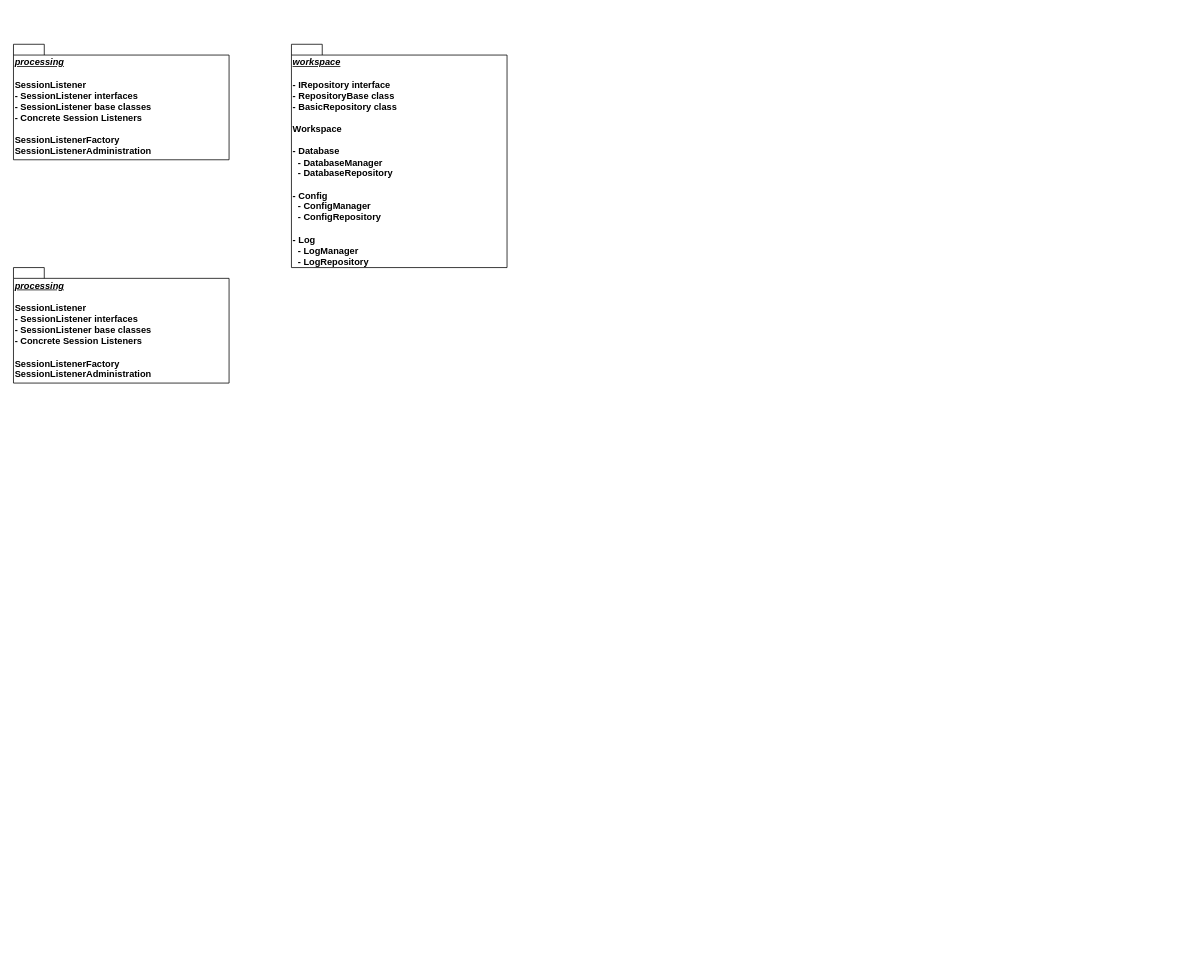
Above: doc/packages.drawio in VISAB-ORG/VISAB (draw.io), before the change. Source tidied: cells renumbered, new cells numbered last; positions are measured from the earlier drawing's top-left corner, leaving out a move shared by most shapes. Both pictures are drawn from the tidied source at 77%, with x=0, y=0 at pixel (13, 44).
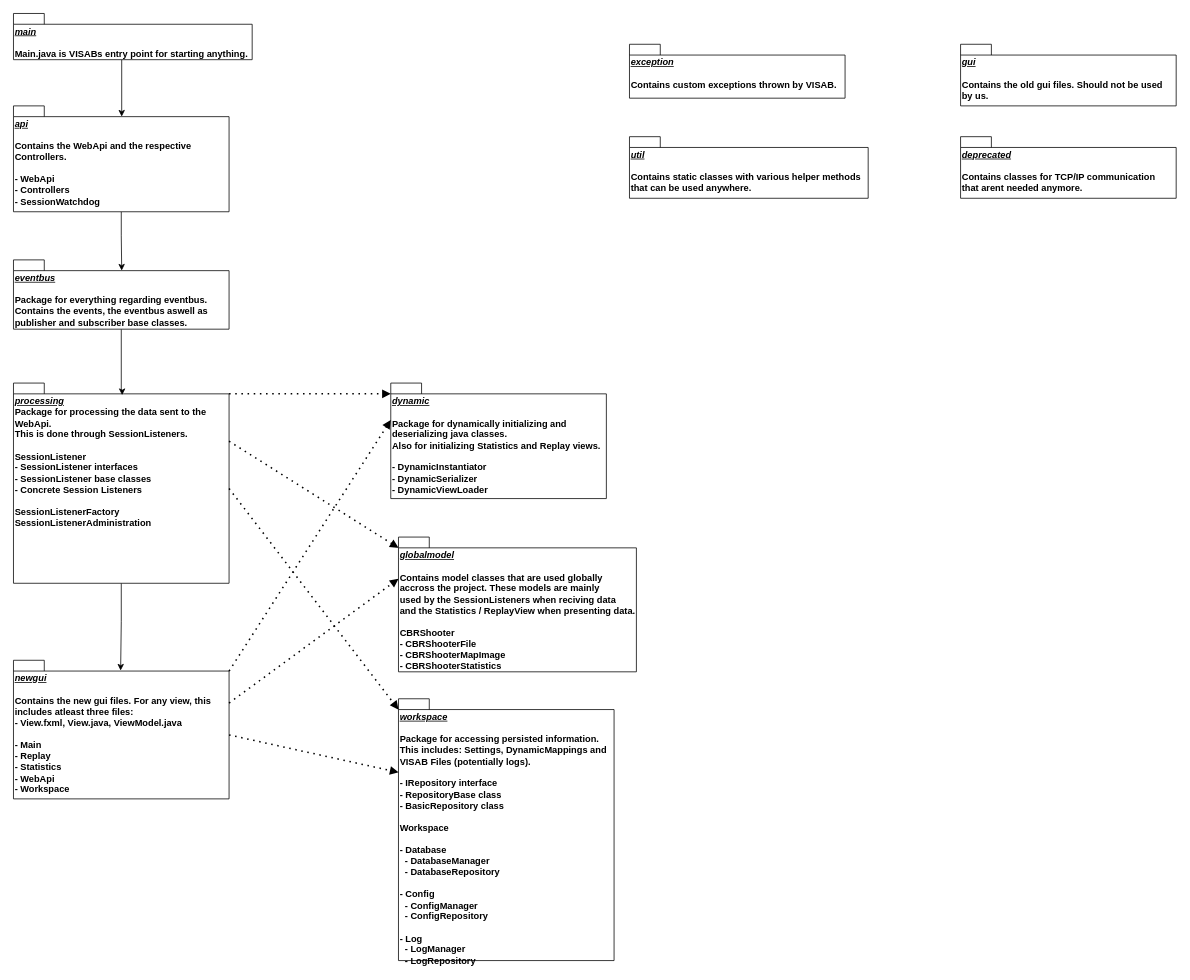
The same page after the edit.

Commit message (it also covers changes not shown here):
Add MVVM example. add package uml

Change to the diagram source:
```diff
@@
+    <mxCell id="5" style="edgeStyle=orthogonalEdgeStyle;rounded=0;jettySize=auto;html=1;entryX=0.497;entryY=0.074;entryDx=0;entryDy=0;entryPerimeter=0;" parent="1" edge="1" source="2" target="13">
+      <mxGeometry relative="1" as="geometry" />
+    </mxCell>
-    <mxCell id="2" value="&lt;i&gt;&lt;u&gt;processing&lt;/u&gt;&lt;/i&gt;&lt;br&gt;&lt;br&gt;SessionListener&lt;br&gt;- SessionListener interfaces&lt;br&gt;- SessionListener base classes&lt;br&gt;- Concrete Session Listeners&lt;br&gt;&lt;br&gt;SessionListenerFactory&lt;br&gt;SessionListenerAdministration" style="shape=folder;fontStyle=1;spacingTop=10;tabWidth=40;tabHeight=14;tabPosition=left;html=1;align=left;verticalAlign=top;" parent="1" vertex="1">
-      <mxGeometry width="280" height="150" as="geometry" />
+    <mxCell id="2" value="&lt;i&gt;&lt;u&gt;processing&lt;/u&gt;&lt;/i&gt;&lt;br&gt;Package for processing the data sent to the&amp;nbsp;&lt;br&gt;WebApi. &lt;br&gt;This is done through SessionListeners.&lt;br&gt;&lt;br&gt;SessionListener&lt;br&gt;- SessionListener interfaces&lt;br&gt;- SessionListener base classes&lt;br&gt;- Concrete Session Listeners&lt;br&gt;&lt;br&gt;SessionListenerFactory&lt;br&gt;SessionListenerAdministration" style="shape=folder;fontStyle=1;spacingTop=10;tabWidth=40;tabHeight=14;tabPosition=left;html=1;align=left;verticalAlign=top;" parent="1" vertex="1">
+      <mxGeometry y="440" width="280" height="260" as="geometry" />
     </mxCell>
-    <mxCell id="3" value="&lt;i&gt;&lt;u&gt;workspace&lt;/u&gt;&lt;/i&gt;&lt;br&gt;&lt;br&gt;- IRepository interface&lt;br&gt;- RepositoryBase class&lt;br&gt;- BasicRepository class&lt;br&gt;&lt;br&gt;Workspace&lt;br&gt;&lt;br&gt;- Database&lt;br&gt;&amp;nbsp; - DatabaseManager&lt;br&gt;&amp;nbsp; - DatabaseRepository&lt;br&gt;&lt;br&gt;- Config&lt;br&gt;&amp;nbsp; - ConfigManager&lt;br&gt;&amp;nbsp; - ConfigRepository&lt;br&gt;&lt;br&gt;- Log&lt;br&gt;&amp;nbsp; - LogManager&lt;br&gt;&amp;nbsp; - LogRepository" style="shape=folder;fontStyle=1;spacingTop=10;tabWidth=40;tabHeight=14;tabPosition=left;html=1;align=left;verticalAlign=top;" parent="1" vertex="1">
-      <mxGeometry x="361" width="280" height="290" as="geometry" />
+    <mxCell id="3" value="&lt;i&gt;&lt;u&gt;workspace&lt;br&gt;&lt;/u&gt;&lt;/i&gt;&lt;br&gt;Package for accessing persisted information.&lt;br&gt;This includes: Settings, DynamicMappings and&lt;br&gt;VISAB Files (potentially logs).&lt;br&gt;&lt;br&gt;- IRepository interface&lt;br&gt;- RepositoryBase class&lt;br&gt;- BasicRepository class&lt;br&gt;&lt;br&gt;Workspace&lt;br&gt;&lt;br&gt;- Database&lt;br&gt;&amp;nbsp; - DatabaseManager&lt;br&gt;&amp;nbsp; - DatabaseRepository&lt;br&gt;&lt;br&gt;- Config&lt;br&gt;&amp;nbsp; - ConfigManager&lt;br&gt;&amp;nbsp; - ConfigRepository&lt;br&gt;&lt;br&gt;- Log&lt;br&gt;&amp;nbsp; - LogManager&lt;br&gt;&amp;nbsp; - LogRepository" style="shape=folder;fontStyle=1;spacingTop=10;tabWidth=40;tabHeight=14;tabPosition=left;html=1;align=left;verticalAlign=top;" parent="1" vertex="1">
+      <mxGeometry x="500" y="850" width="280" height="340" as="geometry" />
     </mxCell>
-    <mxCell id="4" value="&lt;i&gt;&lt;u&gt;processing&lt;/u&gt;&lt;/i&gt;&lt;br&gt;&lt;br&gt;SessionListener&lt;br&gt;- SessionListener interfaces&lt;br&gt;- SessionListener base classes&lt;br&gt;- Concrete Session Listeners&lt;br&gt;&lt;br&gt;SessionListenerFactory&lt;br&gt;SessionListenerAdministration" style="shape=folder;fontStyle=1;spacingTop=10;tabWidth=40;tabHeight=14;tabPosition=left;html=1;align=left;verticalAlign=top;" parent="1" vertex="1">
-      <mxGeometry y="290" width="280" height="150" as="geometry" />
+    <mxCell id="4" value="&lt;i&gt;&lt;u&gt;dynamic&lt;/u&gt;&lt;/i&gt;&lt;br&gt;&lt;br&gt;Package for dynamically initializing and&amp;nbsp;&lt;br&gt;deserializing java classes.&amp;nbsp;&lt;br&gt;Also for initializing Statistics and Replay views.&lt;br&gt;&lt;br&gt;- DynamicInstantiator&lt;br&gt;- DynamicSerializer&lt;br&gt;- DynamicViewLoader" style="shape=folder;fontStyle=1;spacingTop=10;tabWidth=40;tabHeight=14;tabPosition=left;html=1;align=left;verticalAlign=top;" parent="1" vertex="1">
+      <mxGeometry x="490" y="440" width="280" height="150" as="geometry" />
     </mxCell>
+    <mxCell id="6" style="edgeStyle=orthogonalEdgeStyle;rounded=0;jettySize=auto;html=1;entryX=0.504;entryY=0.06;entryDx=0;entryDy=0;entryPerimeter=0;" parent="1" edge="1" source="7" target="2">
+      <mxGeometry relative="1" as="geometry">
+        <Array as="points">
+          <mxPoint x="140" y="450" />
+          <mxPoint x="141" y="450" />
+        </Array>
+      </mxGeometry>
+    </mxCell>
+    <mxCell id="7" value="&lt;i&gt;&lt;u&gt;eventbus&lt;/u&gt;&lt;/i&gt;&lt;br&gt;&lt;br&gt;Package for everything regarding eventbus.&lt;br&gt;Contains the events, the eventbus aswell as&lt;br&gt;publisher and subscriber base classes." style="shape=folder;fontStyle=1;spacingTop=10;tabWidth=40;tabHeight=14;tabPosition=left;html=1;align=left;verticalAlign=top;" parent="1" vertex="1">
+      <mxGeometry y="280" width="280" height="90" as="geometry" />
+    </mxCell>
+    <mxCell id="8" value="&lt;i&gt;&lt;u&gt;exception&lt;/u&gt;&lt;/i&gt;&lt;br&gt;&lt;br&gt;Contains custom exceptions thrown by VISAB." style="shape=folder;fontStyle=1;spacingTop=10;tabWidth=40;tabHeight=14;tabPosition=left;html=1;align=left;verticalAlign=top;" parent="1" vertex="1">
+      <mxGeometry x="800" width="280" height="70" as="geometry" />
+    </mxCell>
+    <mxCell id="9" value="&lt;i&gt;&lt;u&gt;globalmodel&lt;/u&gt;&lt;/i&gt;&lt;br&gt;&lt;br&gt;Contains model classes that are used globally&amp;nbsp;&lt;br&gt;accross the project. These models are mainly&amp;nbsp;&lt;br&gt;used by the SessionListeners when reciving data&lt;br&gt;and the Statistics / ReplayView when presenting data.&lt;br&gt;&lt;br&gt;CBRShooter&lt;br&gt;- CBRShooterFile&lt;br&gt;- CBRShooterMapImage&lt;br&gt;- CBRShooterStatistics" style="shape=folder;fontStyle=1;spacingTop=10;tabWidth=40;tabHeight=14;tabPosition=left;html=1;align=left;verticalAlign=top;" parent="1" vertex="1">
+      <mxGeometry x="500" y="640" width="309" height="175" as="geometry" />
+    </mxCell>
+    <mxCell id="10" value="&lt;i&gt;&lt;u&gt;gui&lt;/u&gt;&lt;/i&gt;&lt;br&gt;&lt;br&gt;Contains the old gui files. Should not be used&amp;nbsp;&lt;br&gt;by us." style="shape=folder;fontStyle=1;spacingTop=10;tabWidth=40;tabHeight=14;tabPosition=left;html=1;align=left;verticalAlign=top;" parent="1" vertex="1">
+      <mxGeometry x="1230" width="280" height="80" as="geometry" />
+    </mxCell>
+    <mxCell id="11" style="edgeStyle=orthogonalEdgeStyle;rounded=0;jettySize=auto;html=1;entryX=0.502;entryY=0.101;entryDx=0;entryDy=0;entryPerimeter=0;" parent="1" edge="1" source="12" target="16">
+      <mxGeometry relative="1" as="geometry">
+        <Array as="points">
+          <mxPoint x="140" y="94" />
+        </Array>
+      </mxGeometry>
+    </mxCell>
+    <mxCell id="12" value="&lt;i&gt;&lt;u&gt;main&lt;/u&gt;&lt;/i&gt;&lt;br&gt;&lt;br&gt;Main.java is VISABs entry point for starting anything." style="shape=folder;fontStyle=1;spacingTop=10;tabWidth=40;tabHeight=14;tabPosition=left;html=1;align=left;verticalAlign=top;" parent="1" vertex="1">
+      <mxGeometry y="-40" width="310" height="60" as="geometry" />
+    </mxCell>
+    <mxCell id="13" value="&lt;i&gt;&lt;u&gt;newgui&lt;/u&gt;&lt;/i&gt;&lt;br&gt;&lt;br&gt;Contains the new gui files. For any view, this&lt;br&gt;includes atleast three files:&amp;nbsp;&lt;br&gt;- View.fxml, View.java, ViewModel.java&lt;br&gt;&lt;br&gt;- Main&lt;br&gt;- Replay&lt;br&gt;- Statistics&lt;br&gt;- WebApi&lt;br&gt;- Workspace&lt;br&gt;&lt;br&gt;" style="shape=folder;fontStyle=1;spacingTop=10;tabWidth=40;tabHeight=14;tabPosition=left;html=1;align=left;verticalAlign=top;" parent="1" vertex="1">
+      <mxGeometry y="800" width="280" height="180" as="geometry" />
+    </mxCell>
+    <mxCell id="14" value="&lt;i&gt;&lt;u&gt;util&lt;/u&gt;&lt;/i&gt;&lt;br&gt;&lt;br&gt;Contains static classes with various helper methods&lt;br&gt;that can be used anywhere." style="shape=folder;fontStyle=1;spacingTop=10;tabWidth=40;tabHeight=14;tabPosition=left;html=1;align=left;verticalAlign=top;" parent="1" vertex="1">
+      <mxGeometry x="800" y="120" width="310" height="80" as="geometry" />
+    </mxCell>
+    <mxCell id="15" style="edgeStyle=orthogonalEdgeStyle;rounded=0;jettySize=auto;html=1;entryX=0.502;entryY=0.154;entryDx=0;entryDy=0;entryPerimeter=0;" parent="1" edge="1" source="16" target="7">
+      <mxGeometry relative="1" as="geometry" />
+    </mxCell>
+    <mxCell id="16" value="&lt;i&gt;&lt;u&gt;api&lt;/u&gt;&lt;/i&gt;&lt;br&gt;&lt;br&gt;Contains the WebApi and the respective &lt;br&gt;Controllers.&lt;br&gt;&lt;br&gt;- WebApi&lt;br&gt;- Controllers&lt;br&gt;- SessionWatchdog" style="shape=folder;fontStyle=1;spacingTop=10;tabWidth=40;tabHeight=14;tabPosition=left;html=1;align=left;verticalAlign=top;" parent="1" vertex="1">
+      <mxGeometry y="80" width="280" height="137.5" as="geometry" />
+    </mxCell>
+    <mxCell id="17" style="endArrow=block;dashed=1;html=1;dashPattern=1 3;strokeWidth=2;entryX=0;entryY=0;entryDx=0;entryDy=14;entryPerimeter=0;endFill=1;exitX=0;exitY=0;exitDx=280;exitDy=75.5;exitPerimeter=0;" parent="1" edge="1" source="2" target="9">
+      <mxGeometry relative="1" as="geometry" />
+    </mxCell>
+    <mxCell id="18" style="endArrow=block;dashed=1;html=1;dashPattern=1 3;strokeWidth=2;entryX=0;entryY=0;entryDx=0;entryDy=54.25;entryPerimeter=0;exitX=0;exitY=0;exitDx=280;exitDy=55.5;exitPerimeter=0;endFill=1;" parent="1" edge="1" source="13" target="9">
+      <mxGeometry relative="1" as="geometry" />
+    </mxCell>
+    <mxCell id="19" style="endArrow=block;dashed=1;html=1;dashPattern=1 3;strokeWidth=2;endFill=1;entryX=0;entryY=0;entryDx=0;entryDy=48;entryPerimeter=0;exitX=0;exitY=0;exitDx=280;exitDy=14;exitPerimeter=0;" parent="1" edge="1" source="13" target="4">
+      <mxGeometry relative="1" as="geometry" />
+    </mxCell>
+    <mxCell id="20" style="endArrow=block;dashed=1;html=1;dashPattern=1 3;strokeWidth=2;entryX=0;entryY=0;entryDx=0;entryDy=14;entryPerimeter=0;endFill=1;exitX=0;exitY=0;exitDx=280;exitDy=137;exitPerimeter=0;" parent="1" edge="1" source="2" target="3">
+      <mxGeometry relative="1" as="geometry" />
+    </mxCell>
+    <mxCell id="21" style="endArrow=block;dashed=1;html=1;dashPattern=1 3;strokeWidth=2;endFill=1;exitX=0;exitY=0;exitDx=280;exitDy=97;exitPerimeter=0;entryX=0;entryY=0;entryDx=0;entryDy=95.5;entryPerimeter=0;" parent="1" edge="1" source="13" target="3">
+      <mxGeometry relative="1" as="geometry" />
+    </mxCell>
+    <mxCell id="22" style="endArrow=block;dashed=1;html=1;dashPattern=1 3;strokeWidth=2;entryX=0;entryY=0;entryDx=0;entryDy=14;entryPerimeter=0;endFill=1;exitX=0;exitY=0;exitDx=280;exitDy=14;exitPerimeter=0;" parent="1" edge="1" source="2" target="4">
+      <mxGeometry relative="1" as="geometry">
+        <Array as="points">
+          <mxPoint x="450" y="454" />
+        </Array>
+      </mxGeometry>
+    </mxCell>
+    <mxCell id="23" value="&lt;i&gt;&lt;u&gt;deprecated&lt;/u&gt;&lt;/i&gt;&lt;br&gt;&lt;br&gt;Contains classes for TCP/IP communication&amp;nbsp;&lt;br&gt;that arent needed anymore." style="shape=folder;fontStyle=1;spacingTop=10;tabWidth=40;tabHeight=14;tabPosition=left;html=1;align=left;verticalAlign=top;" parent="1" vertex="1">
+      <mxGeometry x="1230" y="120" width="280" height="80" as="geometry" />
+    </mxCell>
```
